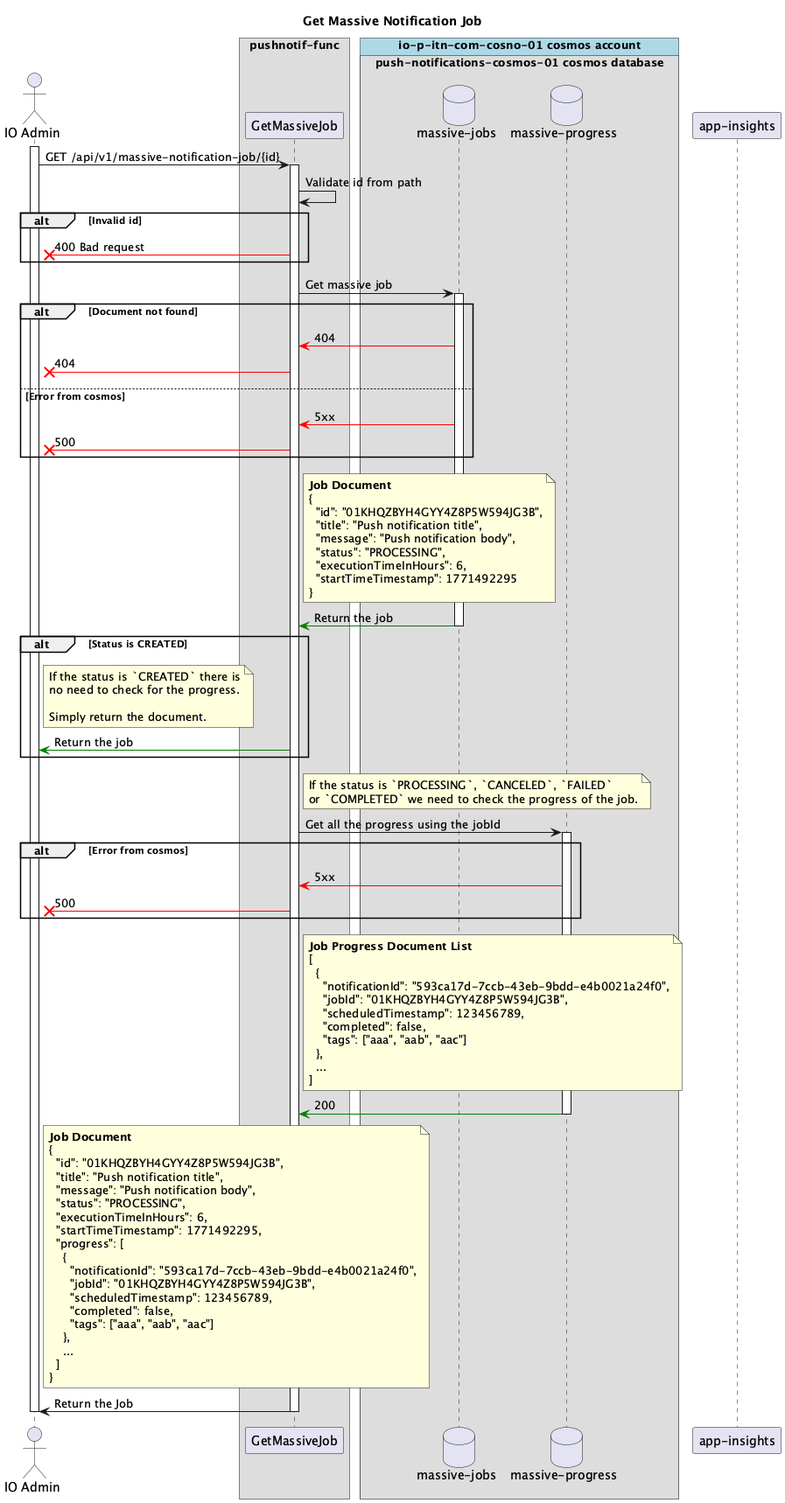
pagopa/io-messages keeps this PlantUML diagram as apps/pushnotif-func/docs/png/get-massive-job.png. Above is the earlier version.
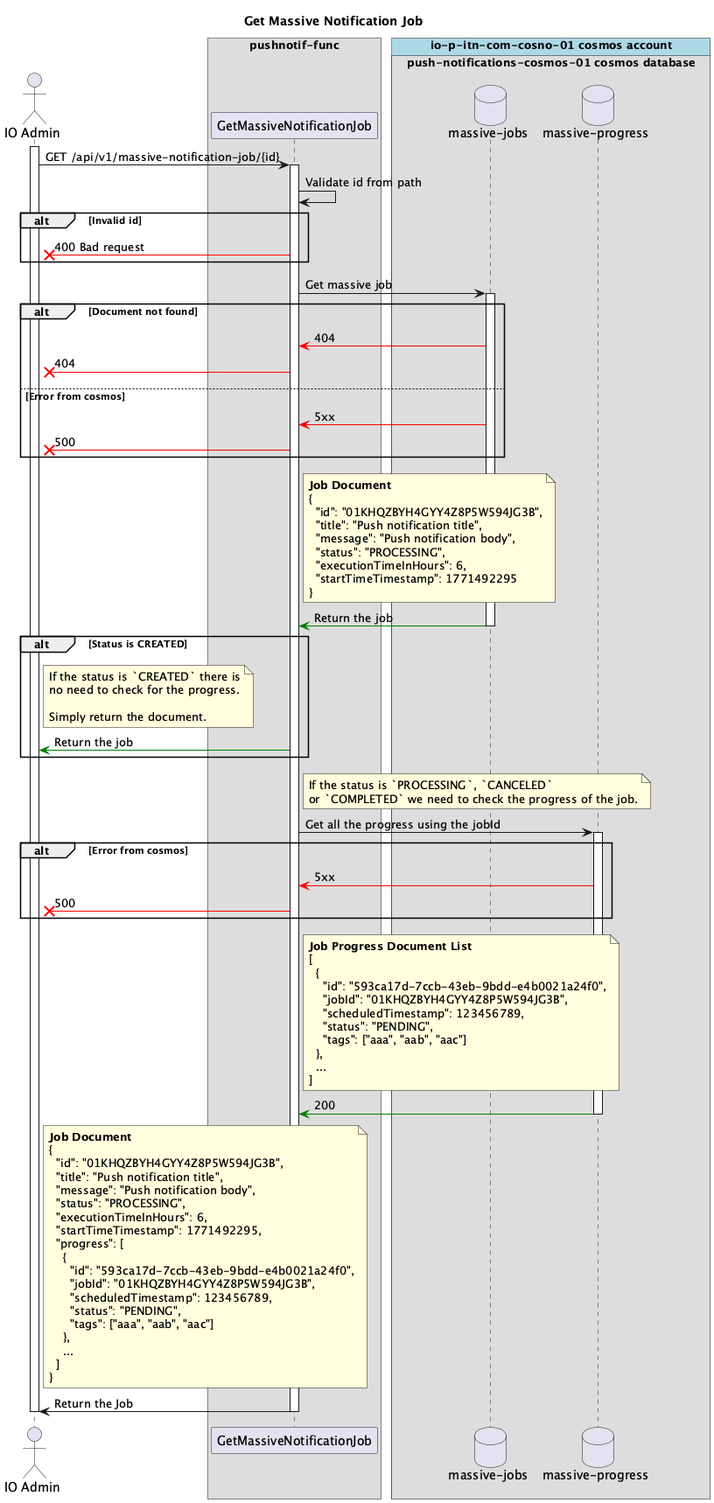
The same file after the commit.

Commit message:
Update massive notification job diagrams

Diff of the diagram source:
```diff
@@ -5,7 +5,7 @@
 actor "IO Admin" as admin
 
 box "pushnotif-func"
-  participant "GetMassiveJob" as gmj
+  participant "GetMassiveNotificationJob" as gmj
 end box
 
 
@@ -16,8 +16,6 @@
     database "massive-progress" as mjp
   end box
 end box
-
-participant "app-insights" as ai
 
 activate admin
 admin -> gmj : GET /api/v1/massive-notification-job/{id}
@@ -65,7 +63,7 @@
 end
 
 note right of gmj
-  If the status is `PROCESSING`, `CANCELED`, `FAILED`
+  If the status is `PROCESSING`, `CANCELED`
   or `COMPLETED` we need to check the progress of the job.
 end note
 
@@ -80,10 +78,10 @@
   **Job Progress Document List**
   [
     {
-      "notificationId": "593ca17d-7ccb-43eb-9bdd-e4b0021a24f0",
+      "id": "593ca17d-7ccb-43eb-9bdd-e4b0021a24f0",
       "jobId": "01KHQZBYH4GYY4Z8P5W594JG3B",
       "scheduledTimestamp": 123456789,
-      "completed": false,
+      "status": "PENDING",
       "tags": ["aaa", "aab", "aac"]
     },
     ...
@@ -103,10 +101,10 @@
     "startTimeTimestamp": 1771492295,
     "progress": [
       {
-        "notificationId": "593ca17d-7ccb-43eb-9bdd-e4b0021a24f0",
+        "id": "593ca17d-7ccb-43eb-9bdd-e4b0021a24f0",
         "jobId": "01KHQZBYH4GYY4Z8P5W594JG3B",
         "scheduledTimestamp": 123456789,
-        "completed": false,
+        "status": "PENDING",
         "tags": ["aaa", "aab", "aac"]
       },
       ...
```
